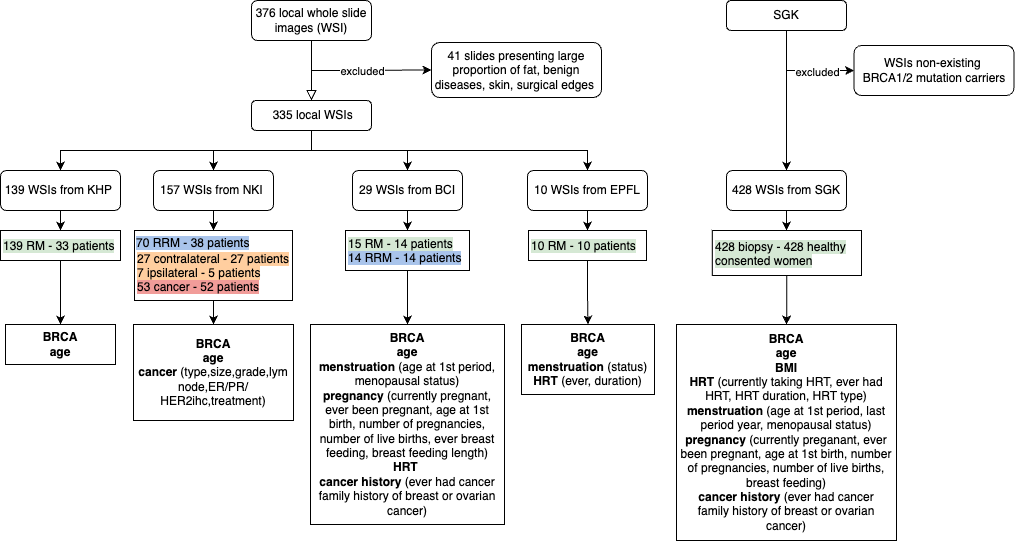
This is cohorts.png from cancerbioinformatics/OASIS, a draw.io export, as it was before one commit. Source tidied: cells renumbered, new cells last; positions are measured from the earlier drawing's top-left corner, leaving out a move shared by most shapes. The source it was exported from:
```xml
<mxGraphModel>
  <root>
    <mxCell id="0" />
    <mxCell id="1" parent="0" />
    <mxCell id="2" style="rounded=0;html=1;jettySize=auto;fontSize=11;endArrow=block;endFill=0;endSize=8;strokeWidth=1;shadow=0;labelBackgroundColor=none;edgeStyle=orthogonalEdgeStyle;entryX=0.5;entryY=0;entryDx=0;entryDy=0;" parent="1" edge="1" source="3" target="9">
      <mxGeometry relative="1" as="geometry" />
    </mxCell>
    <mxCell id="3" value="376 local whole slide images (WSI)" style="rounded=1;whiteSpace=wrap;html=1;fontSize=12;glass=0;strokeWidth=1;shadow=0;" parent="1" vertex="1">
      <mxGeometry x="251" width="120" height="40" as="geometry" />
    </mxCell>
    <mxCell id="4" value="41 slides presenting large proportion of fat, benign diseases, skin, surgical edges&amp;nbsp;" style="rounded=1;whiteSpace=wrap;html=1;fontSize=12;glass=0;strokeWidth=1;shadow=0;" parent="1" vertex="1">
      <mxGeometry x="431" y="42" width="170" height="55" as="geometry" />
    </mxCell>
    <mxCell id="5" style="edgeStyle=orthogonalEdgeStyle;rounded=0;jettySize=auto;html=1;entryX=0.5;entryY=0;entryDx=0;entryDy=0;" parent="1" edge="1" target="15">
      <mxGeometry relative="1" as="geometry">
        <mxPoint x="316" y="130" as="sourcePoint" />
        <Array as="points">
          <mxPoint x="311" y="130" />
          <mxPoint x="311" y="150" />
          <mxPoint x="407" y="150" />
        </Array>
      </mxGeometry>
    </mxCell>
    <mxCell id="6" style="edgeStyle=orthogonalEdgeStyle;rounded=0;jettySize=auto;html=1;entryX=0.5;entryY=0;entryDx=0;entryDy=0;" parent="1" edge="1" source="9" target="13">
      <mxGeometry relative="1" as="geometry">
        <Array as="points">
          <mxPoint x="311" y="150" />
          <mxPoint x="213" y="150" />
        </Array>
      </mxGeometry>
    </mxCell>
    <mxCell id="7" style="edgeStyle=orthogonalEdgeStyle;rounded=0;jettySize=auto;html=1;entryX=0.5;entryY=0;entryDx=0;entryDy=0;" parent="1" edge="1" source="9" target="27">
      <mxGeometry relative="1" as="geometry">
        <Array as="points">
          <mxPoint x="311" y="150" />
          <mxPoint x="60" y="150" />
        </Array>
      </mxGeometry>
    </mxCell>
    <mxCell id="8" style="edgeStyle=orthogonalEdgeStyle;rounded=0;jettySize=auto;html=1;entryX=0.5;entryY=0;entryDx=0;entryDy=0;" parent="1" edge="1" source="9" target="17">
      <mxGeometry relative="1" as="geometry">
        <Array as="points">
          <mxPoint x="311" y="150" />
          <mxPoint x="587" y="150" />
        </Array>
      </mxGeometry>
    </mxCell>
    <mxCell id="9" value="&amp;nbsp;335 local WSIs" style="rounded=1;whiteSpace=wrap;html=1;fontSize=12;glass=0;strokeWidth=1;shadow=0;" parent="1" vertex="1">
      <mxGeometry x="251" y="100" width="120" height="30" as="geometry" />
    </mxCell>
    <mxCell id="10" style="edgeStyle=orthogonalEdgeStyle;rounded=0;jettySize=auto;html=1;entryX=0.5;entryY=0;entryDx=0;entryDy=0;" parent="1" edge="1" source="40" target="11">
      <mxGeometry relative="1" as="geometry" />
    </mxCell>
    <mxCell id="11" value="&lt;b&gt;BRCA&lt;/b&gt;&lt;br&gt;&lt;b&gt;age&lt;/b&gt;&lt;br&gt;&lt;b&gt;BMI&lt;/b&gt;&lt;br&gt;&lt;b&gt;HRT&lt;/b&gt; (currently taking HRT, ever had HRT, HRT duration, HRT type)&lt;br&gt;&lt;b&gt;menstruation&lt;/b&gt; (age at 1st period, last period year, menopausal status)&lt;br&gt;&lt;b&gt;pregnancy&lt;/b&gt; (currently preganant, ever been pregnant, age at 1st birth, number of pregnancies, number of live births, breast feeding)&lt;br&gt;&lt;b style=&quot;border-color: var(--border-color);&quot;&gt;cancer history&lt;/b&gt;&amp;nbsp;(ever had cancer&lt;br style=&quot;border-color: var(--border-color);&quot;&gt;family history of breast or ovarian cancer)" style="whiteSpace=wrap;html=1;rounded=0;align=center;" parent="1" vertex="1">
      <mxGeometry x="676" y="324" width="220" height="216" as="geometry" />
    </mxCell>
    <mxCell id="12" style="edgeStyle=orthogonalEdgeStyle;rounded=0;jettySize=auto;html=1;exitX=0.5;exitY=1;exitDx=0;exitDy=0;entryX=0.5;entryY=0;entryDx=0;entryDy=0;" parent="1" edge="1" source="13" target="21">
      <mxGeometry relative="1" as="geometry" />
    </mxCell>
    <mxCell id="13" value="157 WSIs from NKI&amp;nbsp;" style="rounded=1;whiteSpace=wrap;html=1;" parent="1" vertex="1">
      <mxGeometry x="153" y="170" width="120" height="40" as="geometry" />
    </mxCell>
    <mxCell id="14" style="edgeStyle=orthogonalEdgeStyle;rounded=0;jettySize=auto;html=1;exitX=0.5;exitY=1;exitDx=0;exitDy=0;entryX=0.5;entryY=0;entryDx=0;entryDy=0;" parent="1" edge="1" source="15" target="23">
      <mxGeometry relative="1" as="geometry" />
    </mxCell>
    <mxCell id="15" value="29 WSIs from BCI" style="rounded=1;whiteSpace=wrap;html=1;" parent="1" vertex="1">
      <mxGeometry x="352" y="170" width="110" height="40" as="geometry" />
    </mxCell>
    <mxCell id="16" style="edgeStyle=orthogonalEdgeStyle;rounded=0;jettySize=auto;html=1;entryX=0.5;entryY=0;entryDx=0;entryDy=0;exitX=0.5;exitY=1;exitDx=0;exitDy=0;" parent="1" edge="1" source="17" target="25">
      <mxGeometry relative="1" as="geometry" />
    </mxCell>
    <mxCell id="17" value="10 WSIs from EPFL" style="rounded=1;whiteSpace=wrap;html=1;" parent="1" vertex="1">
      <mxGeometry x="527" y="170" width="120" height="40" as="geometry" />
    </mxCell>
    <mxCell id="18" style="edgeStyle=orthogonalEdgeStyle;rounded=0;jettySize=auto;html=1;entryX=0.5;entryY=0;entryDx=0;entryDy=0;" parent="1" edge="1" source="19" target="30">
      <mxGeometry relative="1" as="geometry" />
    </mxCell>
    <mxCell id="19" value="&lt;table style=&quot;border-color: var(--border-color); border-collapse: collapse; width: 136pt;&quot; width=&quot;181&quot; cellspacing=&quot;0&quot; cellpadding=&quot;0&quot; border=&quot;0&quot;&gt;&lt;colgroup style=&quot;border-color: var(--border-color);&quot;&gt;&lt;col style=&quot;border-color: var(--border-color); width: 136pt;&quot; width=&quot;181&quot;&gt;&lt;/colgroup&gt;&lt;tbody style=&quot;border-color: var(--border-color);&quot;&gt;&lt;tr style=&quot;border-color: var(--border-color); height: 17pt;&quot; height=&quot;23&quot;&gt;&lt;td style=&quot;border: none; padding-top: 1px; padding-right: 1px; padding-left: 1px; font-family: Calibri, sans-serif; vertical-align: middle; height: 17pt; width: 136pt;&quot; width=&quot;181&quot; class=&quot;xl63&quot; height=&quot;23&quot;&gt;&lt;span style=&quot;background-color: rgb(213, 232, 212);&quot;&gt;139 RM - 33 patients&lt;br&gt;&lt;/span&gt;&lt;/td&gt;&lt;/tr&gt;&lt;/tbody&gt;&lt;/table&gt;" style="rounded=0;whiteSpace=wrap;html=1;align=left;" parent="1" vertex="1">
      <mxGeometry y="230" width="120" height="30" as="geometry" />
    </mxCell>
    <mxCell id="20" style="edgeStyle=orthogonalEdgeStyle;rounded=0;jettySize=auto;html=1;" parent="1" edge="1" source="21" target="41">
      <mxGeometry relative="1" as="geometry" />
    </mxCell>
    <mxCell id="21" value="&lt;span style=&quot;background-color: rgb(169, 196, 235);&quot;&gt;70 RRM - 38 patients&lt;/span&gt;&lt;br&gt;&lt;table style=&quot;border-color: var(--border-color); border-collapse: collapse; width: 136pt;&quot; width=&quot;181&quot; cellspacing=&quot;0&quot; cellpadding=&quot;0&quot; border=&quot;0&quot;&gt;&lt;colgroup style=&quot;border-color: var(--border-color);&quot;&gt;&lt;col style=&quot;border-color: var(--border-color); width: 136pt;&quot; width=&quot;181&quot;&gt;&lt;/colgroup&gt;&lt;tbody style=&quot;border-color: var(--border-color);&quot;&gt;&lt;tr style=&quot;border-color: var(--border-color); height: 17pt;&quot; height=&quot;23&quot;&gt;&lt;td style=&quot;border: none; padding-top: 1px; padding-right: 1px; padding-left: 1px; font-family: Calibri, sans-serif; vertical-align: middle; height: 17pt; width: 136pt;&quot; width=&quot;181&quot; class=&quot;xl63&quot; height=&quot;23&quot;&gt;&lt;span style=&quot;background-color: rgb(255, 206, 159);&quot;&gt;27 contralateral - 27 patients&lt;br&gt;7 ipsilateral - 5 patients&lt;/span&gt;&lt;br&gt;&lt;span style=&quot;background-color: rgb(241, 156, 153);&quot;&gt;53 cancer - 52 patients&lt;/span&gt;&lt;br&gt;&lt;/td&gt;&lt;/tr&gt;&lt;/tbody&gt;&lt;/table&gt;" style="rounded=0;whiteSpace=wrap;html=1;align=left;" parent="1" vertex="1">
      <mxGeometry x="134" y="230" width="158" height="70" as="geometry" />
    </mxCell>
    <mxCell id="22" style="edgeStyle=orthogonalEdgeStyle;rounded=0;jettySize=auto;html=1;entryX=0.5;entryY=0;entryDx=0;entryDy=0;" parent="1" edge="1" source="23" target="29">
      <mxGeometry relative="1" as="geometry" />
    </mxCell>
    <mxCell id="23" value="&lt;table style=&quot;border-color: var(--border-color); border-collapse: collapse; width: 136pt;&quot; width=&quot;181&quot; cellspacing=&quot;0&quot; cellpadding=&quot;0&quot; border=&quot;0&quot;&gt;&lt;colgroup style=&quot;border-color: var(--border-color);&quot;&gt;&lt;col style=&quot;border-color: var(--border-color); width: 136pt;&quot; width=&quot;181&quot;&gt;&lt;/colgroup&gt;&lt;tbody style=&quot;border-color: var(--border-color);&quot;&gt;&lt;tr style=&quot;border-color: var(--border-color); height: 17pt;&quot; height=&quot;23&quot;&gt;&lt;td style=&quot;border: none; padding-top: 1px; padding-right: 1px; padding-left: 1px; font-family: Calibri, sans-serif; vertical-align: middle; height: 17pt; width: 136pt;&quot; width=&quot;181&quot; class=&quot;xl63&quot; height=&quot;23&quot;&gt;&lt;span style=&quot;background-color: rgb(213, 232, 212);&quot;&gt;15 RM&amp;nbsp;- 14 patients&lt;/span&gt;&lt;br style=&quot;border-color: var(--border-color);&quot;&gt;&lt;span style=&quot;background-color: rgb(169, 196, 235);&quot;&gt;14 RRM - 14 patients&lt;/span&gt;&lt;br&gt;&lt;/td&gt;&lt;/tr&gt;&lt;/tbody&gt;&lt;/table&gt;" style="rounded=0;whiteSpace=wrap;html=1;align=left;" parent="1" vertex="1">
      <mxGeometry x="345" y="230" width="124" height="40" as="geometry" />
    </mxCell>
    <mxCell id="24" style="edgeStyle=orthogonalEdgeStyle;rounded=0;jettySize=auto;html=1;entryX=0.5;entryY=0;entryDx=0;entryDy=0;" parent="1" edge="1" source="25" target="28">
      <mxGeometry relative="1" as="geometry" />
    </mxCell>
    <mxCell id="25" value="&lt;table style=&quot;border-color: var(--border-color); border-collapse: collapse; width: 136pt;&quot; width=&quot;181&quot; cellspacing=&quot;0&quot; cellpadding=&quot;0&quot; border=&quot;0&quot;&gt;&lt;colgroup style=&quot;border-color: var(--border-color);&quot;&gt;&lt;col style=&quot;border-color: var(--border-color); width: 136pt;&quot; width=&quot;181&quot;&gt;&lt;/colgroup&gt;&lt;tbody style=&quot;border-color: var(--border-color);&quot;&gt;&lt;tr style=&quot;border-color: var(--border-color); height: 17pt;&quot; height=&quot;23&quot;&gt;&lt;td style=&quot;border: none; padding-top: 1px; padding-right: 1px; padding-left: 1px; font-family: Calibri, sans-serif; vertical-align: middle; height: 17pt; width: 136pt;&quot; width=&quot;181&quot; class=&quot;xl63&quot; height=&quot;23&quot;&gt;&lt;span style=&quot;background-color: rgb(213, 232, 212);&quot;&gt;10 RM - 10 patients&lt;br&gt;&lt;/span&gt;&lt;/td&gt;&lt;/tr&gt;&lt;/tbody&gt;&lt;/table&gt;" style="rounded=0;whiteSpace=wrap;html=1;align=left;" parent="1" vertex="1">
      <mxGeometry x="528" y="230" width="118" height="30" as="geometry" />
    </mxCell>
    <mxCell id="26" style="edgeStyle=orthogonalEdgeStyle;rounded=0;jettySize=auto;html=1;entryX=0.5;entryY=0;entryDx=0;entryDy=0;" parent="1" edge="1" source="27" target="19">
      <mxGeometry relative="1" as="geometry" />
    </mxCell>
    <mxCell id="27" value="139 WSIs from KHP&amp;nbsp;" style="rounded=1;whiteSpace=wrap;html=1;" parent="1" vertex="1">
      <mxGeometry y="170" width="120" height="40" as="geometry" />
    </mxCell>
    <mxCell id="28" value="&lt;b&gt;BRCA&lt;br&gt;age&lt;br&gt;menstruation&lt;/b&gt; (status)&lt;b&gt;&lt;br&gt;HRT&lt;/b&gt; (ever, duration)" style="rounded=0;whiteSpace=wrap;html=1;" parent="1" vertex="1">
      <mxGeometry x="521" y="324" width="133" height="70" as="geometry" />
    </mxCell>
    <mxCell id="29" value="&lt;b&gt;BRCA&lt;br&gt;age&lt;/b&gt;&lt;br&gt;&lt;b&gt;menstruation&lt;/b&gt; (age at 1st period, menopausal status)&lt;br&gt;&lt;b&gt;pregnancy&lt;/b&gt; (currently pregnant, ever been pregnant, age at 1st birth, number of pregnancies, number of live births, ever breast feeding, breast feeding length)&lt;br&gt;&lt;b&gt;HRT&lt;/b&gt;&amp;nbsp;&lt;br&gt;&lt;b&gt;cancer history&lt;/b&gt; (ever had cancer&lt;br&gt;family history of breast or ovarian cancer)" style="rounded=0;whiteSpace=wrap;html=1;align=center;" parent="1" vertex="1">
      <mxGeometry x="310" y="324" width="194" height="200" as="geometry" />
    </mxCell>
    <mxCell id="30" value="&lt;b&gt;BRCA&lt;br&gt;age&lt;/b&gt;" style="rounded=0;whiteSpace=wrap;html=1;" parent="1" vertex="1">
      <mxGeometry x="5" y="324" width="110" height="40" as="geometry" />
    </mxCell>
    <mxCell id="31" value="WSIs non-existing&amp;nbsp;&lt;br&gt;BRCA1/2 mutation carriers" style="rounded=1;whiteSpace=wrap;html=1;fontSize=12;glass=0;strokeWidth=1;shadow=0;" parent="1" vertex="1">
      <mxGeometry x="853.5" y="45" width="160" height="50" as="geometry" />
    </mxCell>
    <mxCell id="32" style="edgeStyle=orthogonalEdgeStyle;rounded=0;jettySize=auto;html=1;" parent="1" edge="1" source="33" target="39">
      <mxGeometry relative="1" as="geometry" />
    </mxCell>
    <mxCell id="33" value="SGK" style="rounded=1;whiteSpace=wrap;html=1;fontSize=12;glass=0;strokeWidth=1;shadow=0;" parent="1" vertex="1">
      <mxGeometry x="726" width="120" height="30" as="geometry" />
    </mxCell>
    <mxCell id="34" style="endArrow=classic;html=1;rounded=0;entryX=0;entryY=0.5;entryDx=0;entryDy=0;" parent="1" edge="1" target="31">
      <mxGeometry relative="1" as="geometry">
        <mxPoint x="786" y="70" as="sourcePoint" />
      </mxGeometry>
    </mxCell>
    <mxCell id="35" value="excluded" style="edgeLabel;html=1;align=center;verticalAlign=middle;" parent="34" vertex="1">
      <mxGeometry x="-0.1" y="-1" relative="1" as="geometry" />
    </mxCell>
    <mxCell id="36" style="endArrow=classic;html=1;rounded=0;entryX=0;entryY=0.5;entryDx=0;entryDy=0;" parent="1" edge="1" target="4">
      <mxGeometry relative="1" as="geometry">
        <mxPoint x="311" y="70" as="sourcePoint" />
      </mxGeometry>
    </mxCell>
    <mxCell id="37" value="excluded" style="edgeLabel;html=1;align=center;verticalAlign=middle;" parent="36" vertex="1">
      <mxGeometry x="-0.16" y="-1" relative="1" as="geometry" />
    </mxCell>
    <mxCell id="38" style="edgeStyle=orthogonalEdgeStyle;rounded=0;jettySize=auto;html=1;" parent="1" edge="1" source="39" target="40">
      <mxGeometry relative="1" as="geometry" />
    </mxCell>
    <mxCell id="39" value="428 WSIs from SGK" style="rounded=1;whiteSpace=wrap;html=1;" parent="1" vertex="1">
      <mxGeometry x="726" y="170" width="120" height="40" as="geometry" />
    </mxCell>
    <mxCell id="40" value="&lt;table style=&quot;border-color: var(--border-color); border-collapse: collapse; width: 136pt;&quot; width=&quot;181&quot; cellspacing=&quot;0&quot; cellpadding=&quot;0&quot; border=&quot;0&quot;&gt;&lt;colgroup style=&quot;border-color: var(--border-color);&quot;&gt;&lt;col style=&quot;border-color: var(--border-color); width: 136pt;&quot; width=&quot;181&quot;&gt;&lt;/colgroup&gt;&lt;tbody style=&quot;border-color: var(--border-color);&quot;&gt;&lt;tr style=&quot;border-color: var(--border-color); height: 17pt;&quot; height=&quot;23&quot;&gt;&lt;td style=&quot;border: none; padding-top: 1px; padding-right: 1px; padding-left: 1px; font-family: Calibri, sans-serif; vertical-align: middle; height: 17pt; width: 136pt;&quot; width=&quot;181&quot; class=&quot;xl63&quot; height=&quot;23&quot;&gt;&lt;span style=&quot;background-color: rgb(213, 232, 212);&quot;&gt;428 biopsy - 428 healthy consented women&lt;/span&gt;&lt;br&gt;&lt;/td&gt;&lt;/tr&gt;&lt;/tbody&gt;&lt;/table&gt;" style="rounded=0;whiteSpace=wrap;html=1;align=left;" parent="1" vertex="1">
      <mxGeometry x="711.8" y="230" width="149.2" height="45" as="geometry" />
    </mxCell>
    <mxCell id="41" value="&lt;b&gt;BRCA&lt;br&gt;age&lt;br&gt;&lt;/b&gt;&lt;b style=&quot;border-color: var(--border-color);&quot;&gt;cancer&lt;/b&gt;&amp;nbsp;(type,size,grade,lym node,ER/PR/ HER2ihc,treatment)&lt;b&gt;&lt;br&gt;&lt;/b&gt;" style="rounded=0;whiteSpace=wrap;html=1;align=center;" parent="1" vertex="1">
      <mxGeometry x="133" y="324" width="160" height="96" as="geometry" />
    </mxCell>
  </root>
</mxGraphModel>
```
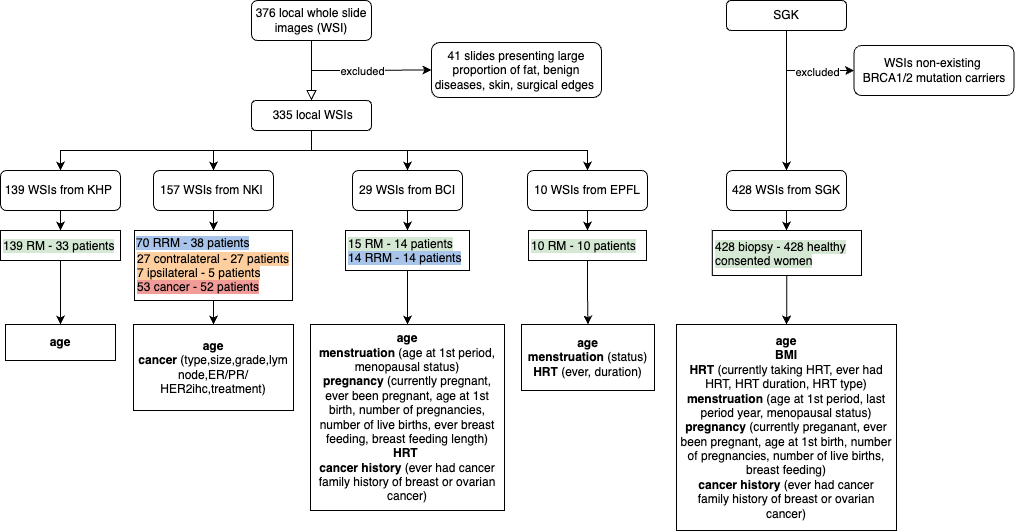
The same file after the commit.

Diff of the diagram source:
```diff
@@ -51,8 +51,8 @@
     <mxCell id="10" style="edgeStyle=orthogonalEdgeStyle;rounded=0;jettySize=auto;html=1;entryX=0.5;entryY=0;entryDx=0;entryDy=0;" parent="1" edge="1" source="40" target="11">
       <mxGeometry relative="1" as="geometry" />
     </mxCell>
-    <mxCell id="11" value="&lt;b&gt;BRCA&lt;/b&gt;&lt;br&gt;&lt;b&gt;age&lt;/b&gt;&lt;br&gt;&lt;b&gt;BMI&lt;/b&gt;&lt;br&gt;&lt;b&gt;HRT&lt;/b&gt; (currently taking HRT, ever had HRT, HRT duration, HRT type)&lt;br&gt;&lt;b&gt;menstruation&lt;/b&gt; (age at 1st period, last period year, menopausal status)&lt;br&gt;&lt;b&gt;pregnancy&lt;/b&gt; (currently preganant, ever been pregnant, age at 1st birth, number of pregnancies, number of live births, breast feeding)&lt;br&gt;&lt;b style=&quot;border-color: var(--border-color);&quot;&gt;cancer history&lt;/b&gt;&amp;nbsp;(ever had cancer&lt;br style=&quot;border-color: var(--border-color);&quot;&gt;family history of breast or ovarian cancer)" style="whiteSpace=wrap;html=1;rounded=0;align=center;" parent="1" vertex="1">
-      <mxGeometry x="676" y="324" width="220" height="216" as="geometry" />
+    <mxCell id="11" value="&lt;b&gt;age&lt;/b&gt;&lt;br&gt;&lt;b&gt;BMI&lt;/b&gt;&lt;br&gt;&lt;b&gt;HRT&lt;/b&gt; (currently taking HRT, ever had HRT, HRT duration, HRT type)&lt;br&gt;&lt;b&gt;menstruation&lt;/b&gt; (age at 1st period, last period year, menopausal status)&lt;br&gt;&lt;b&gt;pregnancy&lt;/b&gt; (currently preganant, ever been pregnant, age at 1st birth, number of pregnancies, number of live births, breast feeding)&lt;br&gt;&lt;b style=&quot;border-color: var(--border-color);&quot;&gt;cancer history&lt;/b&gt;&amp;nbsp;(ever had cancer&lt;br style=&quot;border-color: var(--border-color);&quot;&gt;family history of breast or ovarian cancer)" style="whiteSpace=wrap;html=1;rounded=0;align=center;" parent="1" vertex="1">
+      <mxGeometry x="676" y="324" width="220" height="206" as="geometry" />
     </mxCell>
     <mxCell id="12" style="edgeStyle=orthogonalEdgeStyle;rounded=0;jettySize=auto;html=1;exitX=0.5;exitY=1;exitDx=0;exitDy=0;entryX=0.5;entryY=0;entryDx=0;entryDy=0;" parent="1" edge="1" source="13" target="21">
       <mxGeometry relative="1" as="geometry" />
@@ -102,14 +102,14 @@
     <mxCell id="27" value="139 WSIs from KHP&amp;nbsp;" style="rounded=1;whiteSpace=wrap;html=1;" parent="1" vertex="1">
       <mxGeometry y="170" width="120" height="40" as="geometry" />
     </mxCell>
-    <mxCell id="28" value="&lt;b&gt;BRCA&lt;br&gt;age&lt;br&gt;menstruation&lt;/b&gt; (status)&lt;b&gt;&lt;br&gt;HRT&lt;/b&gt; (ever, duration)" style="rounded=0;whiteSpace=wrap;html=1;" parent="1" vertex="1">
-      <mxGeometry x="521" y="324" width="133" height="70" as="geometry" />
+    <mxCell id="28" value="&lt;b&gt;age&lt;br&gt;menstruation&lt;/b&gt; (status)&lt;b&gt;&lt;br&gt;HRT&lt;/b&gt; (ever, duration)" style="rounded=0;whiteSpace=wrap;html=1;" parent="1" vertex="1">
+      <mxGeometry x="521" y="324" width="133" height="66" as="geometry" />
     </mxCell>
-    <mxCell id="29" value="&lt;b&gt;BRCA&lt;br&gt;age&lt;/b&gt;&lt;br&gt;&lt;b&gt;menstruation&lt;/b&gt; (age at 1st period, menopausal status)&lt;br&gt;&lt;b&gt;pregnancy&lt;/b&gt; (currently pregnant, ever been pregnant, age at 1st birth, number of pregnancies, number of live births, ever breast feeding, breast feeding length)&lt;br&gt;&lt;b&gt;HRT&lt;/b&gt;&amp;nbsp;&lt;br&gt;&lt;b&gt;cancer history&lt;/b&gt; (ever had cancer&lt;br&gt;family history of breast or ovarian cancer)" style="rounded=0;whiteSpace=wrap;html=1;align=center;" parent="1" vertex="1">
-      <mxGeometry x="310" y="324" width="194" height="200" as="geometry" />
+    <mxCell id="29" value="&lt;b&gt;age&lt;/b&gt;&lt;br&gt;&lt;b&gt;menstruation&lt;/b&gt; (age at 1st period, menopausal status)&lt;br&gt;&lt;b&gt;pregnancy&lt;/b&gt; (currently pregnant, ever been pregnant, age at 1st birth, number of pregnancies, number of live births, ever breast feeding, breast feeding length)&lt;br&gt;&lt;b&gt;HRT&lt;/b&gt;&amp;nbsp;&lt;br&gt;&lt;b&gt;cancer history&lt;/b&gt; (ever had cancer&lt;br&gt;family history of breast or ovarian cancer)" style="rounded=0;whiteSpace=wrap;html=1;align=center;" parent="1" vertex="1">
+      <mxGeometry x="310" y="324" width="194" height="186" as="geometry" />
     </mxCell>
-    <mxCell id="30" value="&lt;b&gt;BRCA&lt;br&gt;age&lt;/b&gt;" style="rounded=0;whiteSpace=wrap;html=1;" parent="1" vertex="1">
-      <mxGeometry x="5" y="324" width="110" height="40" as="geometry" />
+    <mxCell id="30" value="&lt;b&gt;age&lt;/b&gt;" style="rounded=0;whiteSpace=wrap;html=1;" parent="1" vertex="1">
+      <mxGeometry x="5" y="324" width="110" height="36" as="geometry" />
     </mxCell>
     <mxCell id="31" value="WSIs non-existing&amp;nbsp;&lt;br&gt;BRCA1/2 mutation carriers" style="rounded=1;whiteSpace=wrap;html=1;fontSize=12;glass=0;strokeWidth=1;shadow=0;" parent="1" vertex="1">
       <mxGeometry x="853.5" y="45" width="160" height="50" as="geometry" />
@@ -145,8 +145,8 @@
     <mxCell id="40" value="&lt;table style=&quot;border-color: var(--border-color); border-collapse: collapse; width: 136pt;&quot; width=&quot;181&quot; cellspacing=&quot;0&quot; cellpadding=&quot;0&quot; border=&quot;0&quot;&gt;&lt;colgroup style=&quot;border-color: var(--border-color);&quot;&gt;&lt;col style=&quot;border-color: var(--border-color); width: 136pt;&quot; width=&quot;181&quot;&gt;&lt;/colgroup&gt;&lt;tbody style=&quot;border-color: var(--border-color);&quot;&gt;&lt;tr style=&quot;border-color: var(--border-color); height: 17pt;&quot; height=&quot;23&quot;&gt;&lt;td style=&quot;border: none; padding-top: 1px; padding-right: 1px; padding-left: 1px; font-family: Calibri, sans-serif; vertical-align: middle; height: 17pt; width: 136pt;&quot; width=&quot;181&quot; class=&quot;xl63&quot; height=&quot;23&quot;&gt;&lt;span style=&quot;background-color: rgb(213, 232, 212);&quot;&gt;428 biopsy - 428 healthy consented women&lt;/span&gt;&lt;br&gt;&lt;/td&gt;&lt;/tr&gt;&lt;/tbody&gt;&lt;/table&gt;" style="rounded=0;whiteSpace=wrap;html=1;align=left;" parent="1" vertex="1">
       <mxGeometry x="711.8" y="230" width="149.2" height="45" as="geometry" />
     </mxCell>
-    <mxCell id="41" value="&lt;b&gt;BRCA&lt;br&gt;age&lt;br&gt;&lt;/b&gt;&lt;b style=&quot;border-color: var(--border-color);&quot;&gt;cancer&lt;/b&gt;&amp;nbsp;(type,size,grade,lym node,ER/PR/ HER2ihc,treatment)&lt;b&gt;&lt;br&gt;&lt;/b&gt;" style="rounded=0;whiteSpace=wrap;html=1;align=center;" parent="1" vertex="1">
-      <mxGeometry x="133" y="324" width="160" height="96" as="geometry" />
+    <mxCell id="41" value="&lt;b&gt;age&lt;br&gt;&lt;/b&gt;&lt;b style=&quot;border-color: var(--border-color);&quot;&gt;cancer&lt;/b&gt;&amp;nbsp;(type,size,grade,lym node,ER/PR/ HER2ihc,treatment)&lt;b&gt;&lt;br&gt;&lt;/b&gt;" style="rounded=0;whiteSpace=wrap;html=1;align=center;" parent="1" vertex="1">
+      <mxGeometry x="133" y="324" width="160" height="86" as="geometry" />
     </mxCell>
   </root>
 </mxGraphModel>
```
